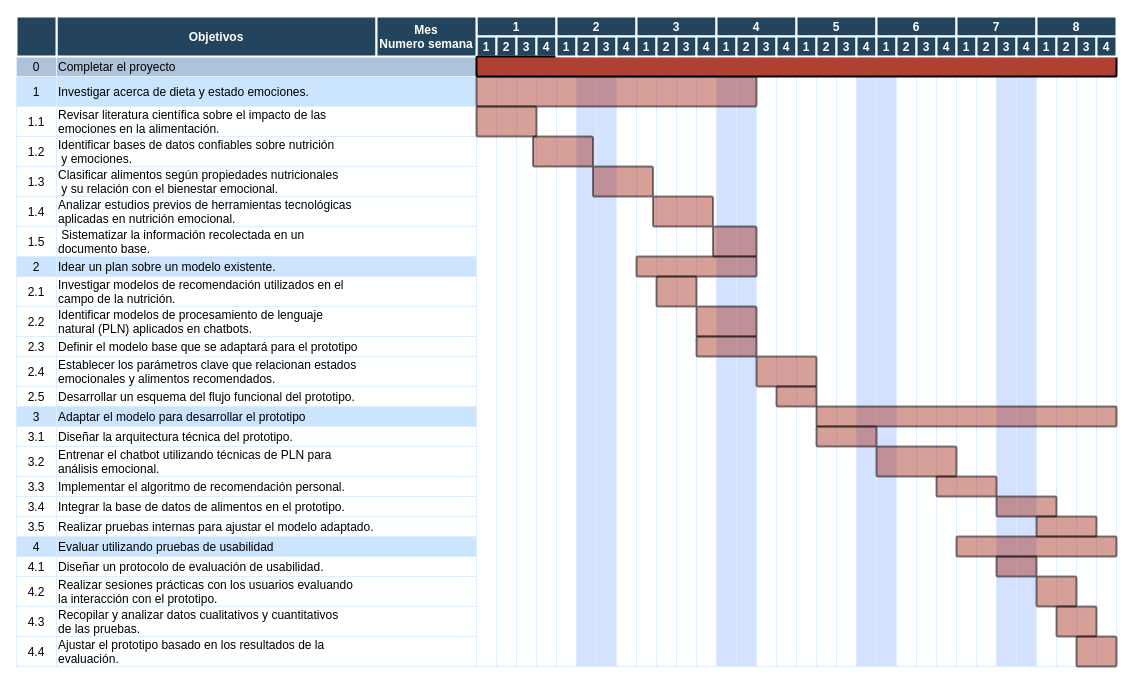
Above: Diagrama de Gantt.drawio in Cris25nkl/DIAGRAMS_BD (draw.io), before the change. Source tidied: cells renumbered, new cells numbered last; positions are measured from the earlier drawing's top-left corner, leaving out a move shared by most shapes. Both pictures are drawn from the tidied source at 100%, with x=0, y=0 at pixel (16, 16).
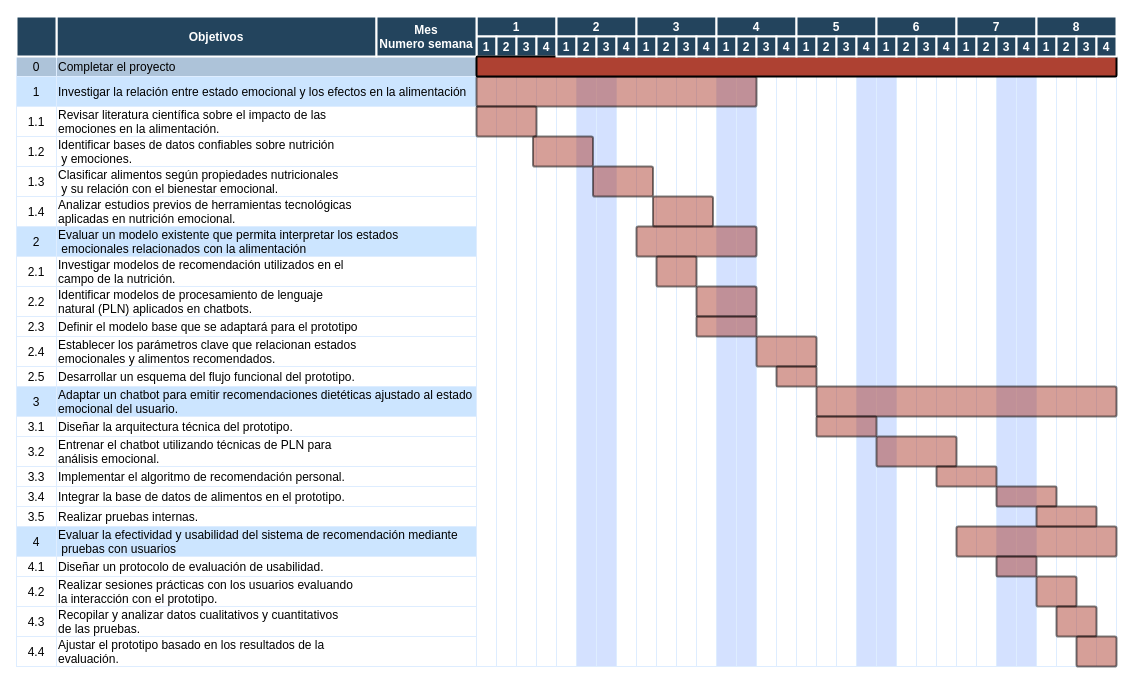
The same diagram, later.

Change to the diagram source:
```diff
@@
-    <mxCell id="6" value="Investigar acerca de dieta y estado emociones." style="align=left;strokeColor=#DEEDFF;fillColor=#CCE5FF;" parent="1" vertex="1">
+    <mxCell id="6" value="Investigar la relación entre estado emocional y los efectos en la alimentación" style="align=left;strokeColor=#DEEDFF;fillColor=#CCE5FF;" parent="1" vertex="1">
       <mxGeometry x="40" y="60" width="420" height="30" as="geometry" />
     </mxCell>
@@
-    <mxCell id="15" value="1.5" style="strokeColor=#DEEDFF;" parent="1" vertex="1">
-      <mxGeometry y="210" width="40" height="30" as="geometry" />
-    </mxCell>
-    <mxCell id="16" value=" Sistematizar la información recolectada en un &#10;documento base." style="align=left;strokeColor=#DEEDFF;" parent="1" vertex="1">
-      <mxGeometry x="40" y="210" width="420" height="30" as="geometry" />
-    </mxCell>
     <mxCell id="17" value="2.1" style="strokeColor=#DEEDFF;" parent="1" vertex="1">
-      <mxGeometry y="260" width="40" height="30" as="geometry" />
+      <mxGeometry y="240" width="40" height="30" as="geometry" />
     </mxCell>
     <mxCell id="18" value="Investigar modelos de recomendación utilizados en el &#10;campo de la nutrición." style="align=left;strokeColor=#DEEDFF;" parent="1" vertex="1">
-      <mxGeometry x="40" y="260" width="420" height="30" as="geometry" />
+      <mxGeometry x="40" y="240" width="420" height="30" as="geometry" />
     </mxCell>
     <mxCell id="19" value="2" style="strokeColor=#DEEDFF;fillColor=#CCE5FF;" parent="1" vertex="1">
-      <mxGeometry y="240" width="40" height="20" as="geometry" />
+      <mxGeometry y="210" width="40" height="30" as="geometry" />
     </mxCell>
-    <mxCell id="20" value="Idear un plan sobre un modelo existente." style="align=left;strokeColor=#DEEDFF;fillColor=#CCE5FF;" parent="1" vertex="1">
-      <mxGeometry x="40" y="240" width="420" height="20" as="geometry" />
+    <mxCell id="20" value="Evaluar un modelo existente que permita interpretar los estados&#10; emocionales relacionados con la alimentación" style="align=left;strokeColor=#DEEDFF;fillColor=#CCE5FF;" parent="1" vertex="1">
+      <mxGeometry x="40" y="210" width="420" height="30" as="geometry" />
     </mxCell>
     <mxCell id="21" value="2.2" style="strokeColor=#DEEDFF;" parent="1" vertex="1">
-      <mxGeometry y="290" width="40" height="30" as="geometry" />
+      <mxGeometry y="270" width="40" height="30" as="geometry" />
     </mxCell>
     <mxCell id="22" value="Identificar modelos de procesamiento de lenguaje&#10;natural (PLN) aplicados en chatbots." style="align=left;strokeColor=#DEEDFF;" parent="1" vertex="1">
-      <mxGeometry x="40" y="290" width="420" height="30" as="geometry" />
+      <mxGeometry x="40" y="270" width="420" height="30" as="geometry" />
     </mxCell>
     <mxCell id="23" value="2.3" style="strokeColor=#DEEDFF;" parent="1" vertex="1">
-      <mxGeometry y="320" width="40" height="20" as="geometry" />
+      <mxGeometry y="300" width="40" height="20" as="geometry" />
     </mxCell>
     <mxCell id="24" value="Definir el modelo base que se adaptará para el prototipo" style="align=left;strokeColor=#DEEDFF;" parent="1" vertex="1">
-      <mxGeometry x="40" y="320" width="420" height="20" as="geometry" />
+      <mxGeometry x="40" y="300" width="420" height="20" as="geometry" />
     </mxCell>
     <mxCell id="25" value="2.4" style="strokeColor=#DEEDFF;" parent="1" vertex="1">
-      <mxGeometry y="340" width="40" height="30" as="geometry" />
+      <mxGeometry y="320" width="40" height="30" as="geometry" />
     </mxCell>
     <mxCell id="26" value="Establecer los parámetros clave que relacionan estados &#10;emocionales y alimentos recomendados." style="align=left;strokeColor=#DEEDFF;" parent="1" vertex="1">
-      <mxGeometry x="40" y="340" width="420" height="30" as="geometry" />
+      <mxGeometry x="40" y="320" width="420" height="30" as="geometry" />
     </mxCell>
     <mxCell id="27" value="2.5" style="strokeColor=#DEEDFF;" parent="1" vertex="1">
-      <mxGeometry y="370" width="40" height="20" as="geometry" />
+      <mxGeometry y="350" width="40" height="20" as="geometry" />
     </mxCell>
     <mxCell id="28" value="Desarrollar un esquema del flujo funcional del prototipo." style="align=left;strokeColor=#DEEDFF;" parent="1" vertex="1">
-      <mxGeometry x="40" y="370" width="420" height="20" as="geometry" />
+      <mxGeometry x="40" y="350" width="420" height="20" as="geometry" />
     </mxCell>
     <mxCell id="29" value="3.1" style="strokeColor=#DEEDFF;" parent="1" vertex="1">
-      <mxGeometry y="410" width="40" height="20" as="geometry" />
+      <mxGeometry y="400" width="40" height="20" as="geometry" />
     </mxCell>
     <mxCell id="30" value="Diseñar la arquitectura técnica del prototipo." style="align=left;strokeColor=#DEEDFF;" parent="1" vertex="1">
-      <mxGeometry x="40" y="410" width="420" height="20" as="geometry" />
+      <mxGeometry x="40" y="400" width="420" height="20" as="geometry" />
     </mxCell>
     <mxCell id="31" value="3.2" style="strokeColor=#DEEDFF;fillColor=#FFFFFF;" parent="1" vertex="1">
-      <mxGeometry y="430" width="40" height="30" as="geometry" />
+      <mxGeometry y="420" width="40" height="30" as="geometry" />
     </mxCell>
     <mxCell id="32" value="Entrenar el chatbot utilizando técnicas de PLN para &#10;análisis emocional." style="align=left;strokeColor=#DEEDFF;fillColor=#FFFFFF;" parent="1" vertex="1">
-      <mxGeometry x="40" y="430" width="420" height="30" as="geometry" />
+      <mxGeometry x="40" y="420" width="420" height="30" as="geometry" />
     </mxCell>
     <mxCell id="33" value="3" style="strokeColor=#DEEDFF;fillColor=#CCE5FF;" parent="1" vertex="1">
-      <mxGeometry y="390" width="40" height="20" as="geometry" />
+      <mxGeometry y="370" width="40" height="30" as="geometry" />
     </mxCell>
-    <mxCell id="34" value="Adaptar el modelo para desarrollar el prototipo" style="align=left;strokeColor=#DEEDFF;fillColor=#CCE5FF;" parent="1" vertex="1">
-      <mxGeometry x="40" y="390" width="420" height="20" as="geometry" />
+    <mxCell id="34" value="Adaptar un chatbot para emitir recomendaciones dietéticas ajustado al estado&#10;emocional del usuario." style="align=left;strokeColor=#DEEDFF;fillColor=#CCE5FF;" parent="1" vertex="1">
+      <mxGeometry x="40" y="370" width="420" height="30" as="geometry" />
     </mxCell>
     <mxCell id="35" value="3.3" style="strokeColor=#DEEDFF;" parent="1" vertex="1">
-      <mxGeometry y="460" width="40" height="20" as="geometry" />
+      <mxGeometry y="450" width="40" height="20" as="geometry" />
     </mxCell>
     <mxCell id="36" value="Implementar el algoritmo de recomendación personal." style="align=left;strokeColor=#DEEDFF;" parent="1" vertex="1">
-      <mxGeometry x="40" y="460" width="420" height="20" as="geometry" />
+      <mxGeometry x="40" y="450" width="420" height="20" as="geometry" />
     </mxCell>
     <mxCell id="37" value="3.4" style="strokeColor=#DEEDFF;" parent="1" vertex="1">
-      <mxGeometry y="480" width="40" height="20" as="geometry" />
+      <mxGeometry y="470" width="40" height="20" as="geometry" />
     </mxCell>
     <mxCell id="38" value="Integrar la base de datos de alimentos en el prototipo." style="align=left;strokeColor=#DEEDFF;" parent="1" vertex="1">
-      <mxGeometry x="40" y="480" width="420" height="20" as="geometry" />
+      <mxGeometry x="40" y="470" width="420" height="20" as="geometry" />
     </mxCell>
     <mxCell id="39" value="3.5" style="strokeColor=#DEEDFF;" parent="1" vertex="1">
-      <mxGeometry y="500" width="40" height="20" as="geometry" />
+      <mxGeometry y="490" width="40" height="20" as="geometry" />
     </mxCell>
-    <mxCell id="40" value="Realizar pruebas internas para ajustar el modelo adaptado." style="align=left;strokeColor=#DEEDFF;" parent="1" vertex="1">
-      <mxGeometry x="40" y="500" width="420" height="20" as="geometry" />
+    <mxCell id="40" value="Realizar pruebas internas." style="align=left;strokeColor=#DEEDFF;" parent="1" vertex="1">
+      <mxGeometry x="40" y="490" width="420" height="20" as="geometry" />
     </mxCell>
@@
     <mxCell id="89" value="4" style="strokeColor=#DEEDFF;fillColor=#CCE5FF;" parent="1" vertex="1">
-      <mxGeometry y="520" width="40" height="20" as="geometry" />
+      <mxGeometry y="510" width="40" height="30" as="geometry" />
     </mxCell>
-    <mxCell id="90" value="Evaluar utilizando pruebas de usabilidad" style="align=left;strokeColor=#DEEDFF;fillColor=#CCE5FF;" parent="1" vertex="1">
-      <mxGeometry x="40" y="520" width="420" height="20" as="geometry" />
+    <mxCell id="90" value="Evaluar la efectividad y usabilidad del sistema de recomendación mediante&#10; pruebas con usuarios" style="align=left;strokeColor=#DEEDFF;fillColor=#CCE5FF;" parent="1" vertex="1">
+      <mxGeometry x="40" y="510" width="420" height="30" as="geometry" />
     </mxCell>
@@
-    <mxCell id="131" style="shape=mxgraph.flowchart.process;fillColor=#AE4132;strokeColor=#000000;strokeWidth=2;opacity=50;" parent="1" vertex="1">
-      <mxGeometry x="696.5" y="210" width="43.5" height="30" as="geometry" />
-    </mxCell>
     <mxCell id="132" style="shape=mxgraph.flowchart.process;fillColor=#AE4132;strokeColor=#000000;strokeWidth=2;opacity=50;" parent="1" vertex="1">
-      <mxGeometry x="620" y="240" width="120" height="20" as="geometry" />
+      <mxGeometry x="620" y="210" width="120" height="30" as="geometry" />
     </mxCell>
     <mxCell id="133" style="shape=mxgraph.flowchart.process;fillColor=#AE4132;strokeColor=#000000;strokeWidth=2;opacity=50;" parent="1" vertex="1">
-      <mxGeometry x="640" y="260" width="40" height="30" as="geometry" />
+      <mxGeometry x="640" y="240" width="40" height="30" as="geometry" />
     </mxCell>
     <mxCell id="134" style="shape=mxgraph.flowchart.process;fillColor=#AE4132;strokeColor=#000000;strokeWidth=2;opacity=50;" parent="1" vertex="1">
-      <mxGeometry x="680" y="290" width="60" height="30" as="geometry" />
+      <mxGeometry x="680" y="270" width="60" height="30" as="geometry" />
     </mxCell>
     <mxCell id="135" style="shape=mxgraph.flowchart.process;fillColor=#AE4132;strokeColor=#000000;strokeWidth=2;opacity=50;" parent="1" vertex="1">
-      <mxGeometry x="680" y="320" width="60" height="20" as="geometry" />
+      <mxGeometry x="680" y="300" width="60" height="20" as="geometry" />
     </mxCell>
     <mxCell id="136" style="shape=mxgraph.flowchart.process;fillColor=#AE4132;strokeColor=#000000;strokeWidth=2;opacity=50;" parent="1" vertex="1">
-      <mxGeometry x="740" y="340" width="60" height="30" as="geometry" />
+      <mxGeometry x="740" y="320" width="60" height="30" as="geometry" />
     </mxCell>
     <mxCell id="137" style="shape=mxgraph.flowchart.process;fillColor=#AE4132;strokeColor=#000000;strokeWidth=2;opacity=50;" parent="1" vertex="1">
-      <mxGeometry x="760" y="370" width="40" height="20" as="geometry" />
+      <mxGeometry x="760" y="350" width="40" height="20" as="geometry" />
     </mxCell>
     <mxCell id="138" style="shape=mxgraph.flowchart.process;fillColor=#AE4132;strokeColor=#000000;strokeWidth=2;opacity=50;" parent="1" vertex="1">
-      <mxGeometry x="800" y="390" width="300" height="20" as="geometry" />
+      <mxGeometry x="800" y="370" width="300" height="30" as="geometry" />
     </mxCell>
     <mxCell id="139" style="shape=mxgraph.flowchart.process;fillColor=#AE4132;strokeColor=#000000;strokeWidth=2;opacity=50;" parent="1" vertex="1">
-      <mxGeometry x="800" y="410" width="60" height="20" as="geometry" />
+      <mxGeometry x="800" y="400" width="60" height="20" as="geometry" />
     </mxCell>
     <mxCell id="140" style="shape=mxgraph.flowchart.process;fillColor=#AE4132;strokeColor=#000000;strokeWidth=2;opacity=50;" parent="1" vertex="1">
-      <mxGeometry x="860" y="430" width="80" height="30" as="geometry" />
+      <mxGeometry x="860" y="420" width="80" height="30" as="geometry" />
     </mxCell>
     <mxCell id="141" style="shape=mxgraph.flowchart.process;fillColor=#AE4132;strokeColor=#000000;strokeWidth=2;opacity=50;" parent="1" vertex="1">
-      <mxGeometry x="920" y="460" width="60" height="20" as="geometry" />
+      <mxGeometry x="920" y="450" width="60" height="20" as="geometry" />
     </mxCell>
     <mxCell id="142" style="shape=mxgraph.flowchart.process;fillColor=#AE4132;strokeColor=#000000;strokeWidth=2;opacity=50;" parent="1" vertex="1">
-      <mxGeometry x="980" y="480" width="60" height="20" as="geometry" />
+      <mxGeometry x="980" y="470" width="60" height="20" as="geometry" />
     </mxCell>
     <mxCell id="143" style="shape=mxgraph.flowchart.process;fillColor=#AE4132;strokeColor=#000000;strokeWidth=2;opacity=50;" parent="1" vertex="1">
-      <mxGeometry x="940" y="520" width="160" height="20" as="geometry" />
+      <mxGeometry x="940" y="510" width="160" height="30" as="geometry" />
     </mxCell>
     <mxCell id="144" style="shape=mxgraph.flowchart.process;fillColor=#AE4132;strokeColor=#000000;strokeWidth=2;opacity=50;" parent="1" vertex="1">
-      <mxGeometry x="1020" y="500" width="60" height="20" as="geometry" />
+      <mxGeometry x="1020" y="490" width="60" height="20" as="geometry" />
     </mxCell>
```
